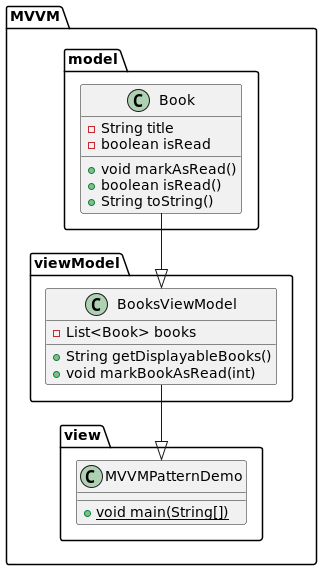
vlad722011/SoftwareArchitectureHomeworks keeps this PlantUML diagram as HomeWork_8/target/classes/MVVM.png. Above is the earlier version. Its diagram source:
```plantuml
@startuml

class MVVM.viewModel.BooksViewModel {
- List<Book> books
+ String getDisplayableBooks()
+ void markBookAsRead(int)
}
MVVM.viewModel.BooksViewModel --|> MVVM.view.MVVMPatternDemo

class MVVM.model.Book {
- String title
- boolean isRead
+ void markAsRead()
+ boolean isRead()
+ String toString()
}
MVVM.model.Book --|> MVVM.viewModel.BooksViewModel


class MVVM.view.MVVMPatternDemo {
+ {static} void main(String[])
}
@enduml
```
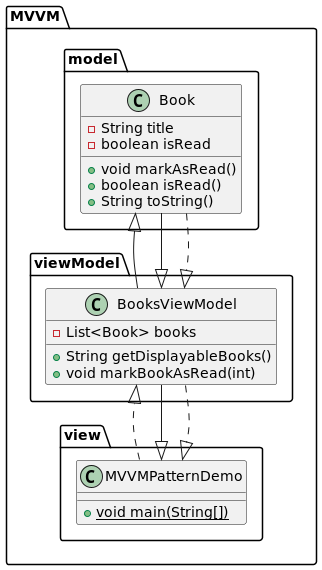
Above is the later version.

Change to the diagram source:
```diff
@@ -1,11 +1,14 @@
 @startuml
-
 class MVVM.viewModel.BooksViewModel {
 - List<Book> books
 + String getDisplayableBooks()
 + void markBookAsRead(int)
 }
-MVVM.viewModel.BooksViewModel --|> MVVM.view.MVVMPatternDemo
+
+
+
+
+
 
 class MVVM.model.Book {
 - String title
@@ -14,10 +17,18 @@
 + boolean isRead()
 + String toString()
 }
-MVVM.model.Book --|> MVVM.viewModel.BooksViewModel
+
 
 
 class MVVM.view.MVVMPatternDemo {
 + {static} void main(String[])
 }
+
+MVVM.model.Book <|-- MVVM.viewModel.BooksViewModel
+MVVM.model.Book --|> MVVM.viewModel.BooksViewModel
+MVVM.viewModel.BooksViewModel --|> MVVM.view.MVVMPatternDemo
+MVVM.model.Book ..|> MVVM.viewModel.BooksViewModel
+
+MVVM.view.MVVMPatternDemo ..|> MVVM.viewModel.BooksViewModel
+MVVM.viewModel.BooksViewModel ..|> MVVM.view.MVVMPatternDemo
 @enduml
```
